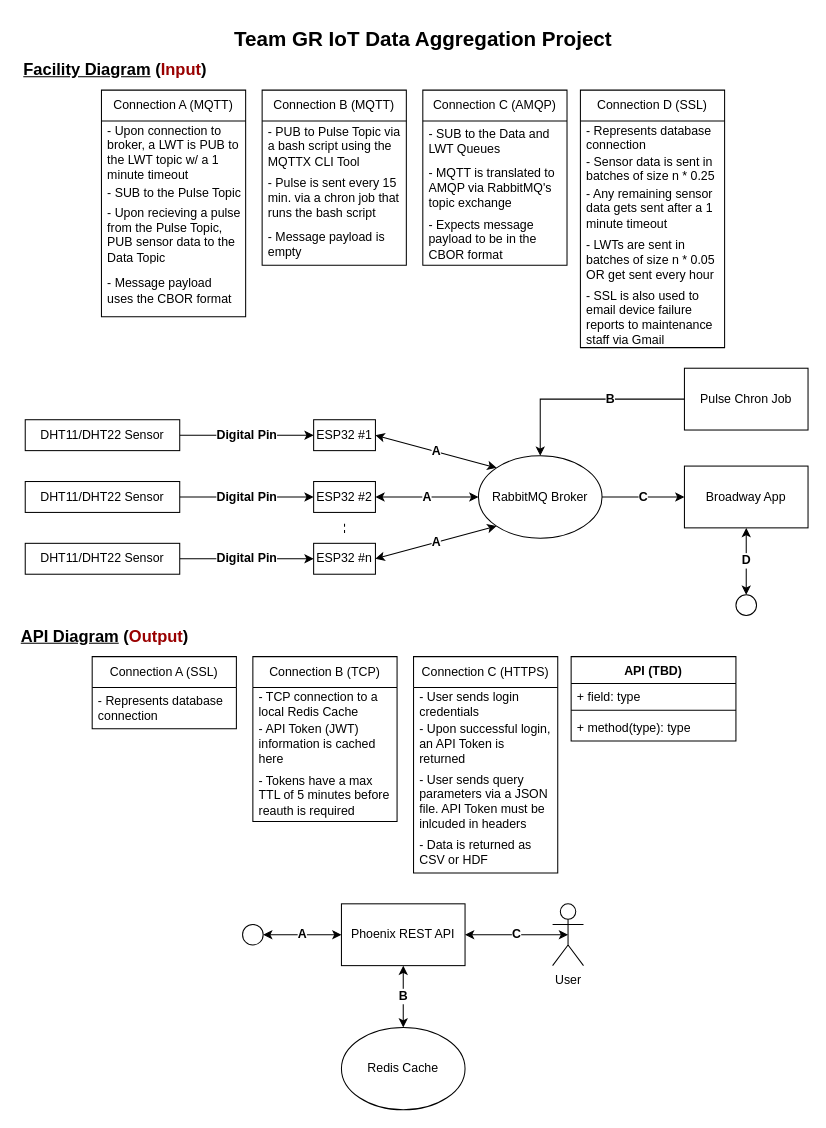
This is docs/design_diagrams/source/D2.drawio from stray-gr/senior-design, a draw.io file, before an edit. Source tidied: cells renumbered, new cells numbered last; positions are measured from the earlier drawing's top-left corner, leaving out a move shared by most shapes. Both pictures are drawn from the tidied source at 103%, with x=0, y=0 at pixel (18, 18).
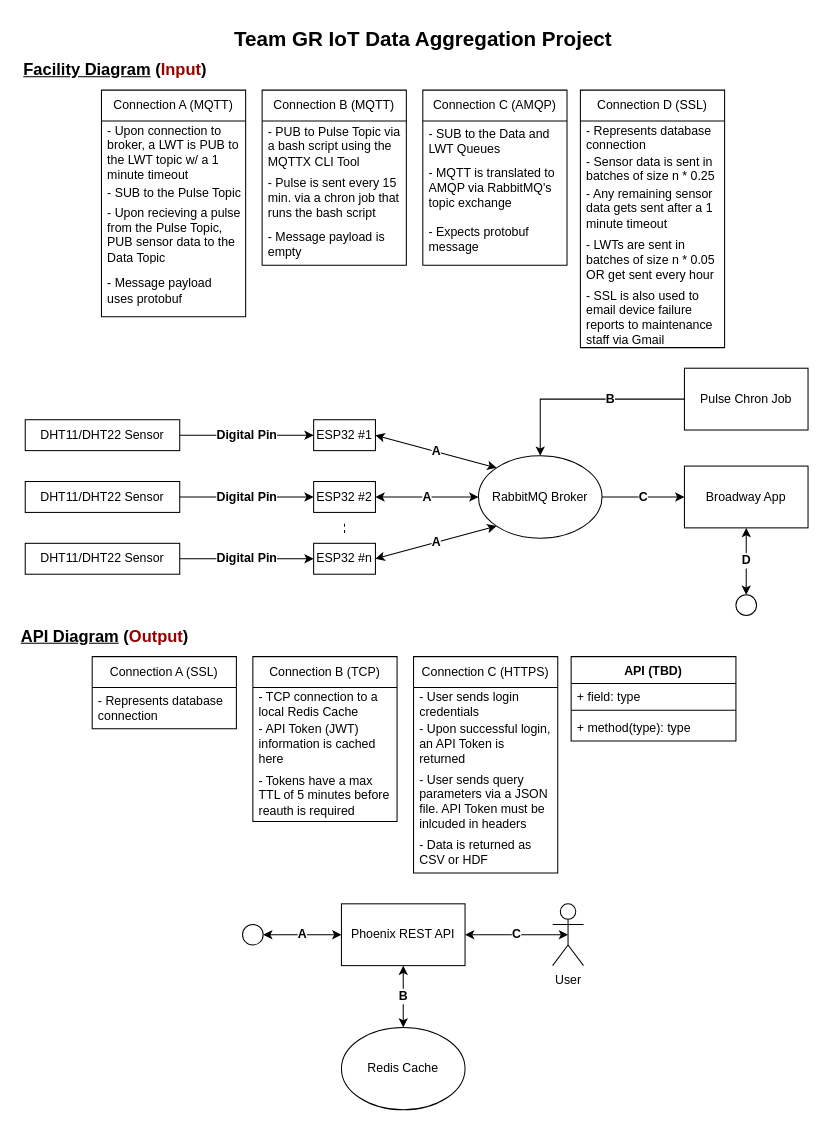
After the change.

Commit message (it also covers changes not shown here):
Updated design diagram 2

The change refers to these unchanged cells:
```xml
<mxCell id="31" value="Connection A (MQTT)" style="swimlane;fontStyle=0;horizontal=1;startSize=30;whiteSpace=wrap;html=1;" parent="1" vertex="1">
  <mxGeometry x="81" y="70" width="140" height="220" as="geometry" />
</mxCell>
<mxCell id="40" value="Connection C (AMQP)" style="swimlane;fontStyle=0;horizontal=1;startSize=30;whiteSpace=wrap;html=1;" parent="1" vertex="1">
  <mxGeometry x="393" y="70" width="140" height="170" as="geometry" />
</mxCell>
```

The edit, as a diff of the source:
```diff
@@
-    <mxCell id="35" value="- Message payload uses the CBOR format" style="text;strokeColor=none;fillColor=none;align=left;verticalAlign=middle;spacingLeft=4;spacingRight=4;overflow=hidden;whiteSpace=wrap;html=1;" parent="31" vertex="1">
+    <mxCell id="35" value="- Message payload uses protobuf" style="text;strokeColor=none;fillColor=none;align=left;verticalAlign=middle;spacingLeft=4;spacingRight=4;overflow=hidden;whiteSpace=wrap;html=1;" parent="31" vertex="1">
       <mxGeometry y="170" width="140" height="50" as="geometry" />
     </mxCell>
@@
-    <mxCell id="43" value="- Expects message payload to be in the CBOR format" style="text;strokeColor=none;fillColor=none;align=left;verticalAlign=middle;spacingLeft=4;spacingRight=4;overflow=hidden;whiteSpace=wrap;html=1;" parent="40" vertex="1">
+    <mxCell id="43" value="- Expects protobuf message" style="text;strokeColor=none;fillColor=none;align=left;verticalAlign=middle;spacingLeft=4;spacingRight=4;overflow=hidden;whiteSpace=wrap;html=1;" parent="40" vertex="1">
       <mxGeometry y="120" width="140" height="50" as="geometry" />
     </mxCell>
```
